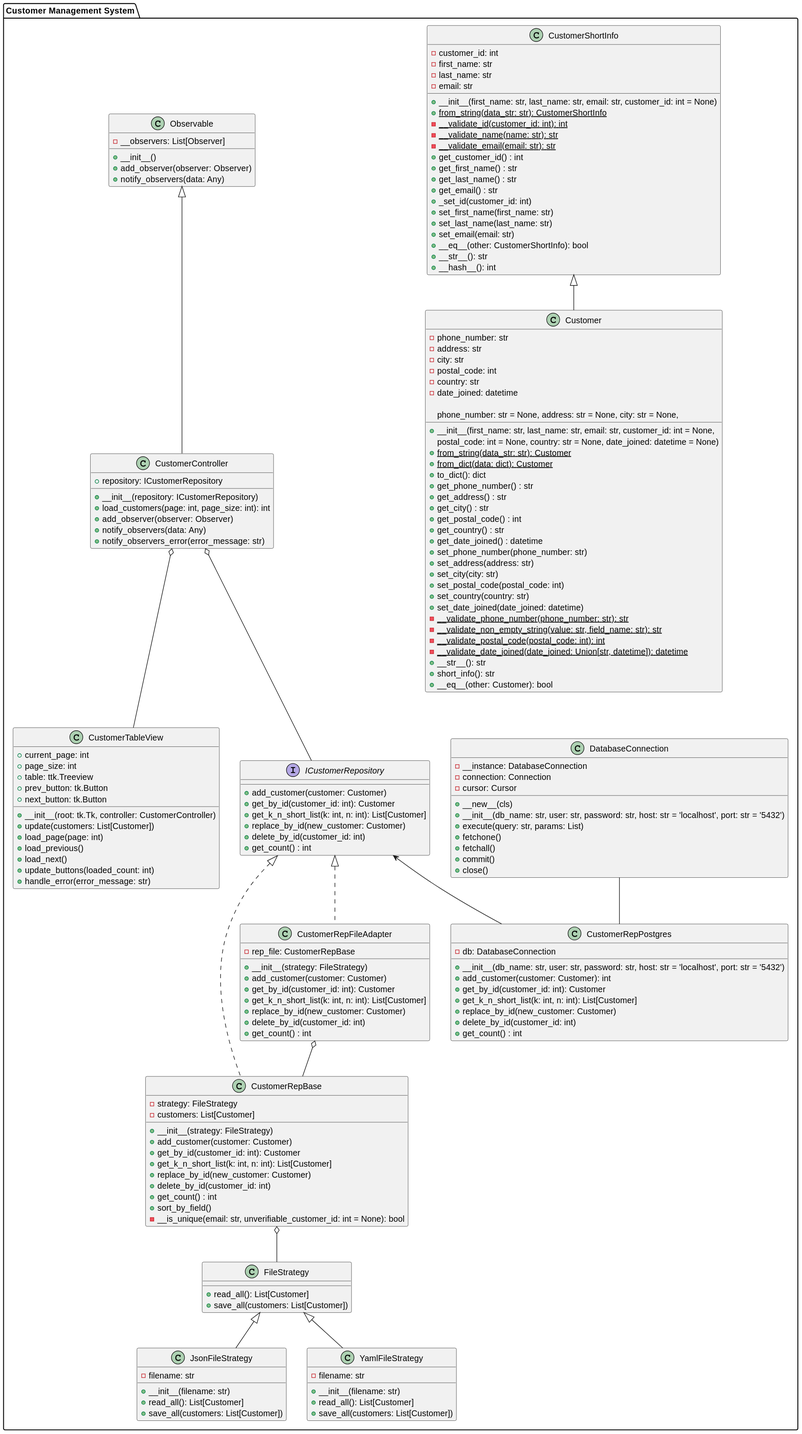
Earlier version of the PlantUML export Diagrams/class_diagram.svg (MrOganes/information-systems-design). Source of this version:
```plantuml
@startuml
package "Customer Management System" {

    class CustomerShortInfo {
        - customer_id: int
        - first_name: str
        - last_name: str
        - email: str

        + __init__(first_name: str, last_name: str, email: str, customer_id: int = None)
        {static} + from_string(data_str: str): CustomerShortInfo
        {static} - __validate_id(customer_id: int): int
        {static} - __validate_name(name: str): str
        {static} - __validate_email(email: str): str
        + get_customer_id() : int
        + get_first_name() : str
        + get_last_name() : str
        + get_email() : str
        + _set_id(customer_id: int)
        + set_first_name(first_name: str)
        + set_last_name(last_name: str)
        + set_email(email: str)
        + __eq__(other: CustomerShortInfo): bool
        + __str__(): str
        + __hash__(): int
    }

    class Customer {
        - phone_number: str
        - address: str
        - city: str
        - postal_code: int
        - country: str
        - date_joined: datetime

        + __init__(first_name: str, last_name: str, email: str, customer_id: int = None,
                   phone_number: str = None, address: str = None, city: str = None,
                   postal_code: int = None, country: str = None, date_joined: datetime = None)
        {static} + from_string(data_str: str): Customer
        {static} + from_dict(data: dict): Customer
        + to_dict(): dict
        + get_phone_number() : str
        + get_address() : str
        + get_city() : str
        + get_postal_code() : int
        + get_country() : str
        + get_date_joined() : datetime
        + set_phone_number(phone_number: str)
        + set_address(address: str)
        + set_city(city: str)
        + set_postal_code(postal_code: int)
        + set_country(country: str)
        + set_date_joined(date_joined: datetime)
        {static} - __validate_phone_number(phone_number: str): str
        {static} - __validate_non_empty_string(value: str, field_name: str): str
        {static} - __validate_postal_code(postal_code: int): int
        {static} - __validate_date_joined(date_joined: Union[str, datetime]): datetime
        + __str__(): str
        + short_info(): str
        + __eq__(other: Customer): bool
    }

    interface ICustomerRepository {
        + add_customer(customer: Customer)
        + get_by_id(customer_id: int): Customer
        + get_k_n_short_list(k: int, n: int): List[Customer]
        + replace_by_id(new_customer: Customer)
        + delete_by_id(customer_id: int)
        + get_count() : int
    }

    class CustomerRepBase {
        - strategy: FileStrategy
        - customers: List[Customer]

        + __init__(strategy: FileStrategy)
        + add_customer(customer: Customer)
        + get_by_id(customer_id: int): Customer
        + get_k_n_short_list(k: int, n: int): List[Customer]
        + replace_by_id(new_customer: Customer)
        + delete_by_id(customer_id: int)
        + get_count() : int
        + sort_by_field()
        - __is_unique(email: str, unverifiable_customer_id: int = None): bool
    }

    class FileStrategy {
        + read_all(): List[Customer]
        + save_all(customers: List[Customer])
    }

    class JsonFileStrategy {
        - filename: str

        + __init__(filename: str)
        + read_all(): List[Customer]
        + save_all(customers: List[Customer])
    }

    class YamlFileStrategy {
        - filename: str

        + __init__(filename: str)
        + read_all(): List[Customer]
        + save_all(customers: List[Customer])
    }

    class DatabaseConnection {
        - __instance: DatabaseConnection
        - connection: Connection
        - cursor: Cursor

        + __new__(cls)
        + __init__(db_name: str, user: str, password: str, host: str = 'localhost', port: str = '5432')
        + execute(query: str, params: List)
        + fetchone()
        + fetchall()
        + commit()
        + close()
    }

    class CustomerRepPostgres {
        - db: DatabaseConnection

        + __init__(db_name: str, user: str, password: str, host: str = 'localhost', port: str = '5432')
        + add_customer(customer: Customer): int
        + get_by_id(customer_id: int): Customer
        + get_k_n_short_list(k: int, n: int): List[Customer]
        + replace_by_id(new_customer: Customer)
        + delete_by_id(customer_id: int)
        + get_count() : int
    }

    class CustomerRepFileAdapter {
        - rep_file: CustomerRepBase

        + __init__(strategy: FileStrategy)
        + add_customer(customer: Customer)
        + get_by_id(customer_id: int): Customer
        + get_k_n_short_list(k: int, n: int): List[Customer]
        + replace_by_id(new_customer: Customer)
        + delete_by_id(customer_id: int)
        + get_count() : int
    }

    class Observable {
        - __observers: List[Observer]

        + __init__()
        + add_observer(observer: Observer)
        + notify_observers(data: Any)
    }

    class CustomerController {
        + repository: ICustomerRepository

        + __init__(repository: ICustomerRepository)
        + load_customers(page: int, page_size: int): int
        + add_observer(observer: Observer)
        + notify_observers(data: Any)
        + notify_observers_error(error_message: str)
    }

    class CustomerTableView {
        + current_page: int
        + page_size: int
        + table: ttk.Treeview
        + prev_button: tk.Button
        + next_button: tk.Button

        + __init__(root: tk.Tk, controller: CustomerController)
        + update(customers: List[Customer])
        + load_page(page: int)
        + load_previous()
        + load_next()
        + update_buttons(loaded_count: int)
        + handle_error(error_message: str)
    }


    CustomerShortInfo <|-- Customer
    ICustomerRepository <|.. CustomerRepBase
    ICustomerRepository <|.. CustomerRepFileAdapter
    CustomerRepBase o-- FileStrategy
    FileStrategy <|-- JsonFileStrategy
    FileStrategy <|-- YamlFileStrategy
    ICustomerRepository <-- CustomerRepPostgres
    CustomerRepFileAdapter o-- CustomerRepBase
    DatabaseConnection -- CustomerRepPostgres


    Observable <|-- CustomerController
    CustomerController o-- ICustomerRepository
    CustomerController o-- CustomerTableView
}
@enduml
```
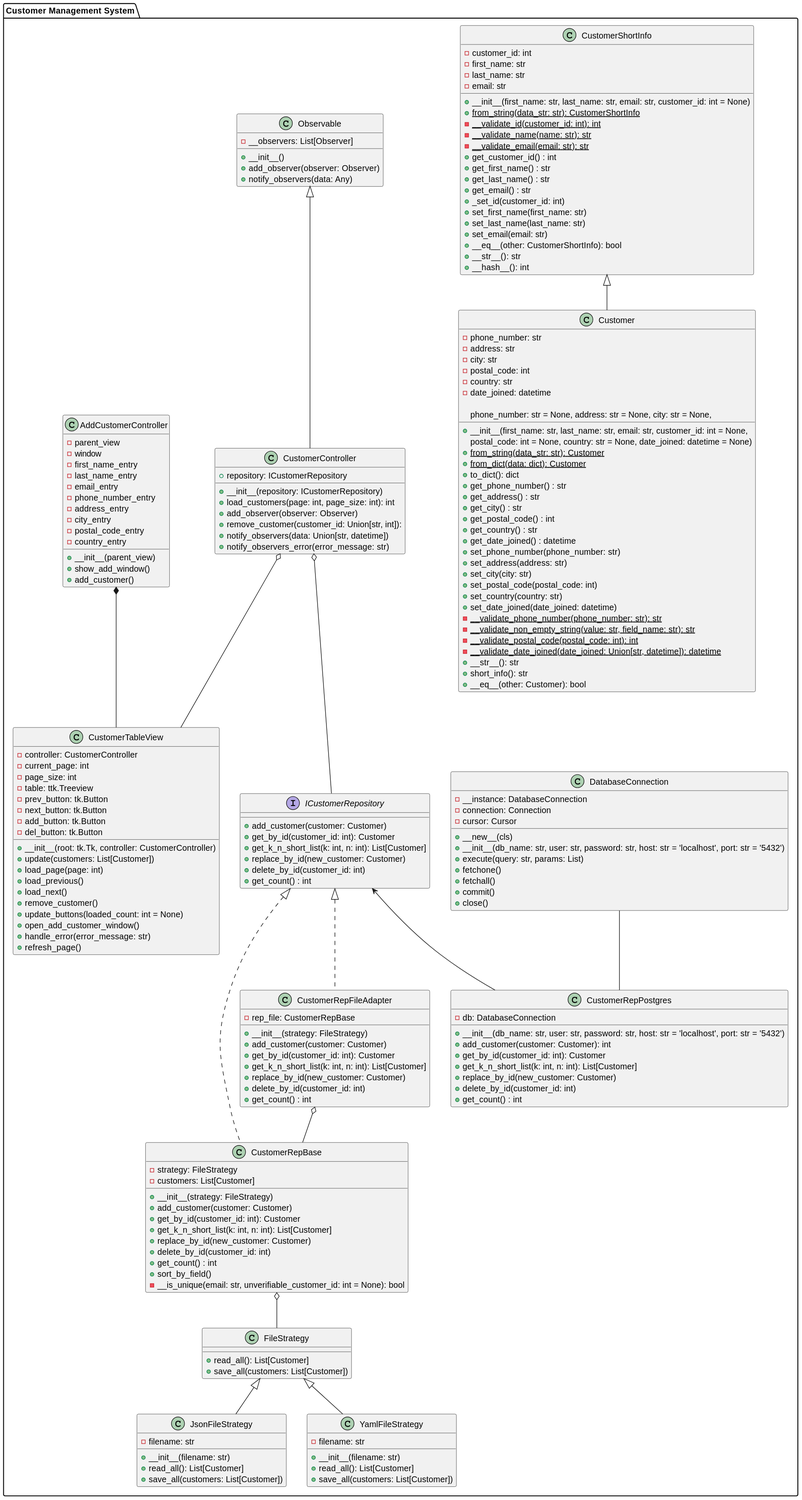
The same file after the commit.

Commit message:
Lab 3. feat: Implemented the ability to add a customer.

Diff of the diagram source:
```diff
@@ -157,26 +157,47 @@
         + __init__(repository: ICustomerRepository)
         + load_customers(page: int, page_size: int): int
         + add_observer(observer: Observer)
-        + notify_observers(data: Any)
+        + remove_customer(customer_id: Union[str, int]):
+        + notify_observers(data: Union[str, datetime])
         + notify_observers_error(error_message: str)
     }
 
     class CustomerTableView {
-        + current_page: int
-        + page_size: int
-        + table: ttk.Treeview
-        + prev_button: tk.Button
-        + next_button: tk.Button
-
+        - controller: CustomerController
+        - current_page: int
+        - page_size: int
+        - table: ttk.Treeview
+        - prev_button: tk.Button
+        - next_button: tk.Button
+        - add_button: tk.Button
+        - del_button: tk.Button
         + __init__(root: tk.Tk, controller: CustomerController)
         + update(customers: List[Customer])
         + load_page(page: int)
         + load_previous()
         + load_next()
-        + update_buttons(loaded_count: int)
+        + remove_customer()
+        + update_buttons(loaded_count: int = None)
+        + open_add_customer_window()
         + handle_error(error_message: str)
+        + refresh_page()
     }
 
+    class AddCustomerController {
+        - parent_view
+        - window
+        - first_name_entry
+        - last_name_entry
+        - email_entry
+        - phone_number_entry
+        - address_entry
+        - city_entry
+        - postal_code_entry
+        - country_entry
+        + __init__(parent_view)
+        + show_add_window()
+        + add_customer()
+    }
 
     CustomerShortInfo <|-- Customer
     ICustomerRepository <|.. CustomerRepBase
@@ -188,7 +209,7 @@
     CustomerRepFileAdapter o-- CustomerRepBase
     DatabaseConnection -- CustomerRepPostgres
 
-
+    AddCustomerController *-- CustomerTableView
     Observable <|-- CustomerController
     CustomerController o-- ICustomerRepository
     CustomerController o-- CustomerTableView
```
